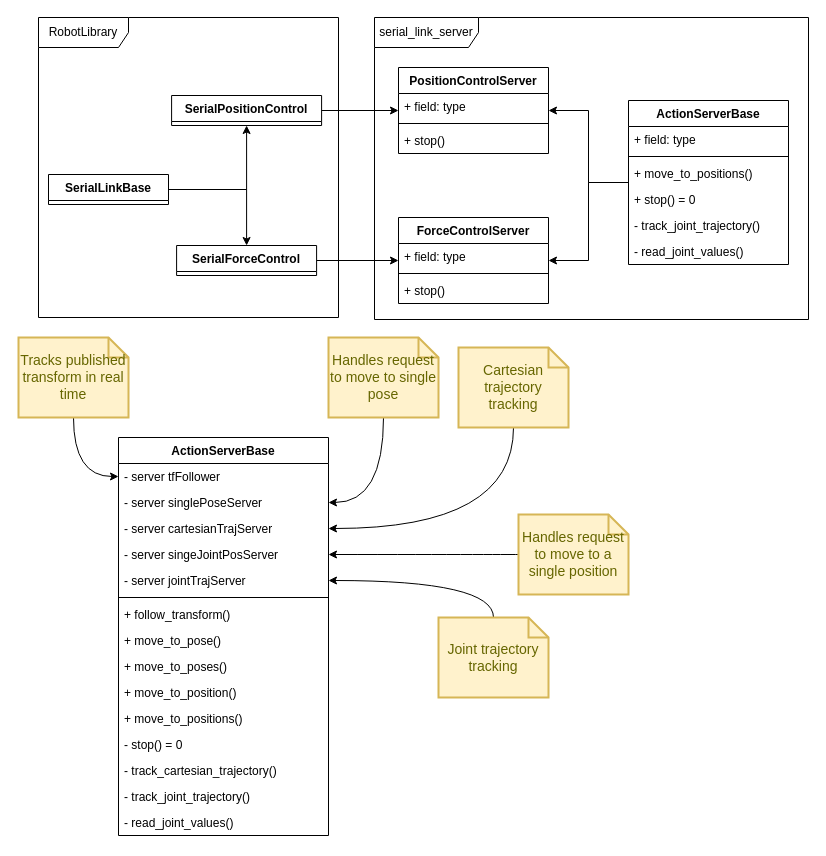
Earlier version of the draw.io diagram page "base" (1 of 2) of doc/ClassDiagrams.drawio (Woolfrey/server_serial_link). Source tidied: cells renumbered, new cells numbered last; positions are measured from the earlier drawing's top-left corner, leaving out a move shared by most shapes. Both pictures are drawn from the tidied source at 100%, with x=0, y=0 at pixel (18, 17).
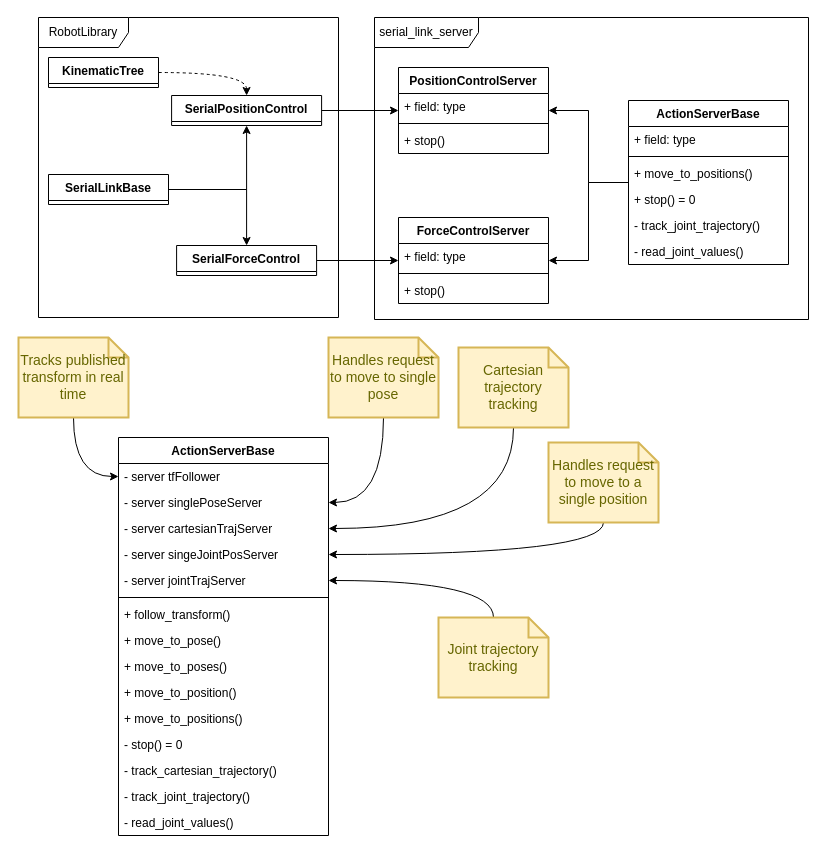
The same diagram, later.

The change refers to these unchanged cells:
```xml
<mxCell id="19" value="SerialPositionControl" style="swimlane;fontStyle=1;align=center;verticalAlign=top;horizontal=1;startSize=26;whiteSpace=wrap;html=1;" parent="1" vertex="1" collapsed="1">
  <mxGeometry x="153.1" y="78" width="150" height="30" as="geometry" />
</mxCell>
```

What changed in the source:
```diff
@@
     <mxCell id="47" value="Handles request to move to a single position" style="shape=note;strokeWidth=2;fontSize=14;size=20;whiteSpace=wrap;html=1;fillColor=#fff2cc;strokeColor=#d6b656;fontColor=#666600;" parent="1" vertex="1">
-      <mxGeometry x="500" y="497" width="110" height="80" as="geometry" />
+      <mxGeometry x="530" y="425" width="110" height="80" as="geometry" />
     </mxCell>
@@
+    <mxCell id="54" style="edgeStyle=orthogonalEdgeStyle;rounded=0;jettySize=auto;html=1;curved=1;dashed=1;" parent="1" edge="1" source="55" target="19">
+      <mxGeometry relative="1" as="geometry" />
+    </mxCell>
+    <mxCell id="55" value="KinematicTree" style="swimlane;fontStyle=1;align=center;verticalAlign=top;horizontal=1;startSize=26;whiteSpace=wrap;html=1;" parent="1" vertex="1" collapsed="1">
+      <mxGeometry x="30" y="40" width="110" height="30" as="geometry" />
+    </mxCell>
```
